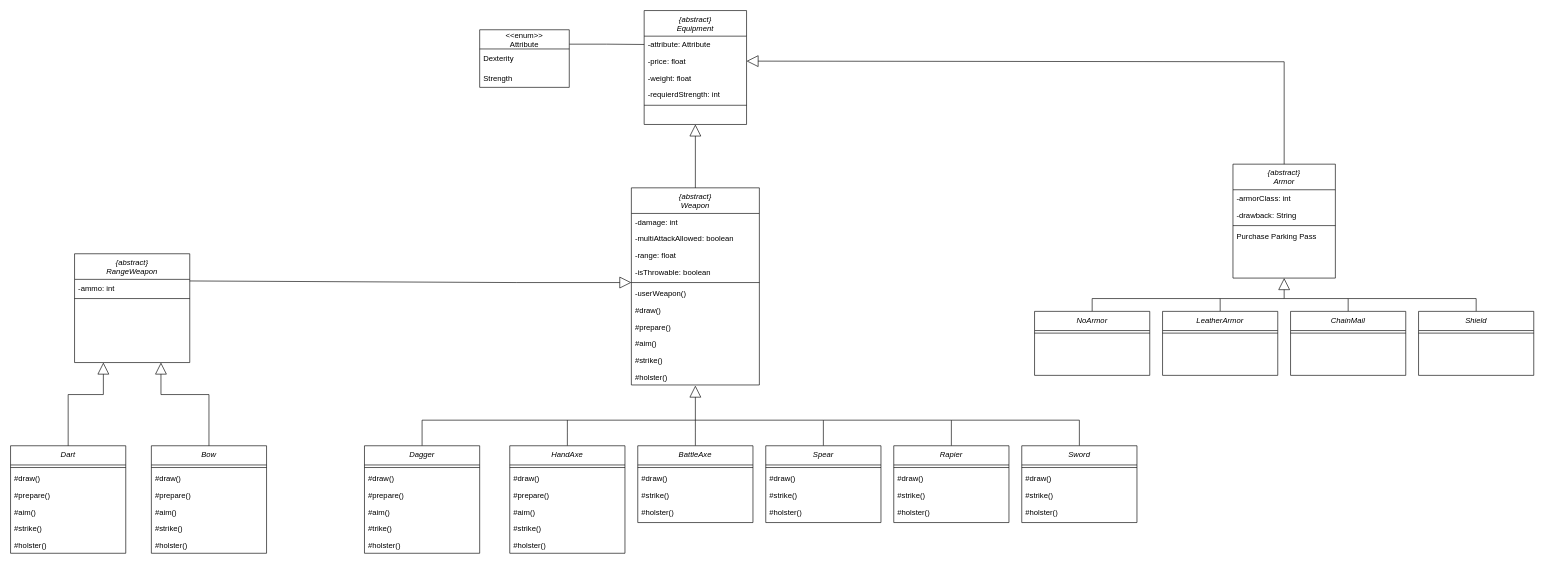
Earlier version of the draw.io diagram Klassendiagramme/Ausrüstung/Ausrüstung.drawio (andreasmauel/HenPaSa_AnWla). Source tidied: cells renumbered, new cells numbered last; positions are measured from the earlier drawing's top-left corner, leaving out a move shared by most shapes. Both pictures are drawn from the tidied source at 64%, with x=0, y=0 at pixel (10, 10).
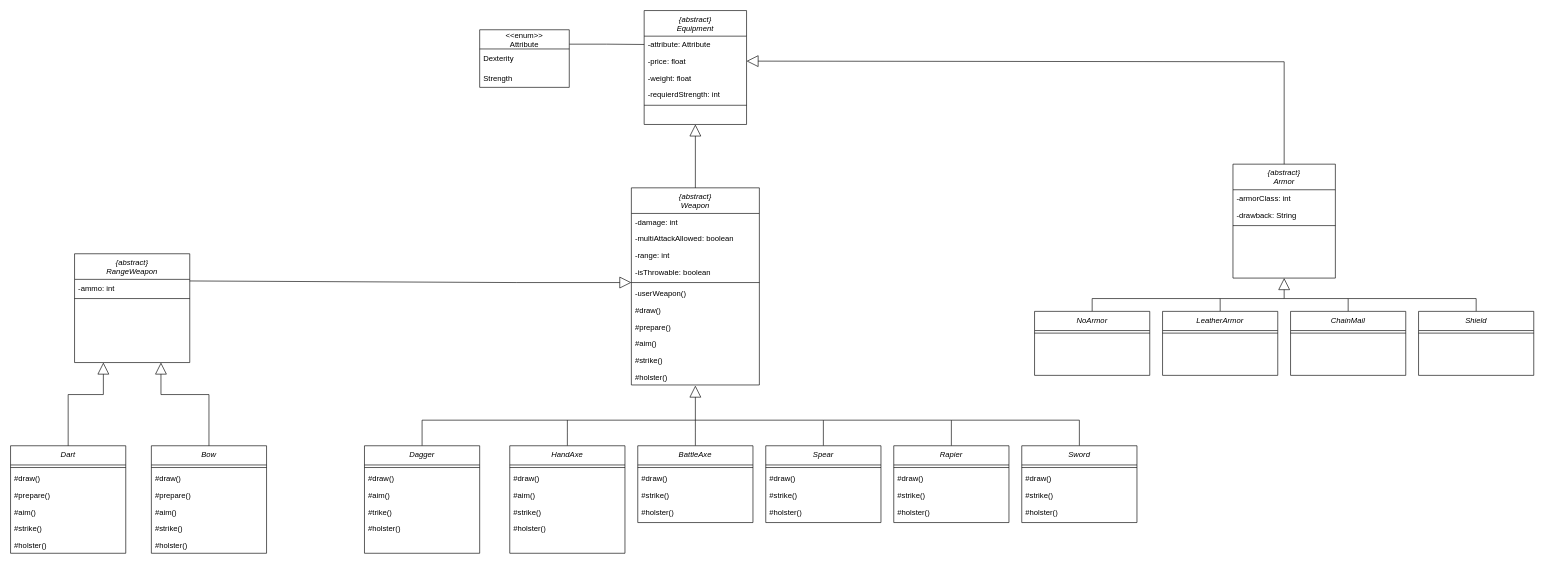
Above is the later version.

Commit message (it also covers changes not shown here):
modified UML Diagramme

Unchanged cells that the change refers to:
```xml
<mxCell id="8" value="{abstract}&#10;Weapon&#10;" style="swimlane;fontStyle=2;align=center;verticalAlign=top;horizontal=1;startSize=40;rounded=0;shadow=0;strokeWidth=1;" parent="1" vertex="1">
  <mxGeometry x="970" y="277" width="200" height="308" as="geometry" />
</mxCell>
<mxCell id="20" value="{abstract}&#10;Armor&#10;" style="swimlane;fontStyle=2;align=center;verticalAlign=top;horizontal=1;startSize=40;rounded=0;shadow=0;strokeWidth=1;" parent="1" vertex="1">
  <mxGeometry x="1910" y="240" width="160" height="178" as="geometry" />
</mxCell>
<mxCell id="43" value="Dagger" style="swimlane;fontStyle=2;align=center;verticalAlign=top;horizontal=1;startSize=30;rounded=0;shadow=0;strokeWidth=1;" parent="1" vertex="1">
  <mxGeometry x="553" y="680" width="180" height="168" as="geometry" />
</mxCell>
<mxCell id="51" value="HandAxe" style="swimlane;fontStyle=2;align=center;verticalAlign=top;horizontal=1;startSize=30;rounded=0;shadow=0;strokeWidth=1;" parent="1" vertex="1">
  <mxGeometry x="780" y="680" width="180" height="168" as="geometry" />
</mxCell>
```

Change to the diagram source:
```diff
@@
-    <mxCell id="11" value="-range: float" style="text;align=left;verticalAlign=top;spacingLeft=4;spacingRight=4;overflow=hidden;rounded=0;shadow=0;html=0;" parent="8" vertex="1">
+    <mxCell id="11" value="-range: int" style="text;align=left;verticalAlign=top;spacingLeft=4;spacingRight=4;overflow=hidden;rounded=0;shadow=0;html=0;" parent="8" vertex="1">
       <mxGeometry y="92" width="200" height="26" as="geometry" />
     </mxCell>
@@
-    <mxCell id="24" value="Purchase Parking Pass" style="text;align=left;verticalAlign=top;spacingLeft=4;spacingRight=4;overflow=hidden;" parent="20" vertex="1">
-      <mxGeometry y="100" width="160" height="26" as="geometry" />
-    </mxCell>
@@
-    <mxCell id="46" value="#prepare()" style="text;align=left;verticalAlign=top;spacingLeft=4;spacingRight=4;overflow=hidden;" parent="43" vertex="1">
-      <mxGeometry y="64" width="180" height="26" as="geometry" />
-    </mxCell>
     <mxCell id="47" value="#aim()" style="text;align=left;verticalAlign=top;spacingLeft=4;spacingRight=4;overflow=hidden;" parent="43" vertex="1">
-      <mxGeometry y="90" width="180" height="26" as="geometry" />
+      <mxGeometry y="64" width="180" height="26" as="geometry" />
     </mxCell>
     <mxCell id="48" value="#trike()" style="text;align=left;verticalAlign=top;spacingLeft=4;spacingRight=4;overflow=hidden;" parent="43" vertex="1">
-      <mxGeometry y="116" width="180" height="26" as="geometry" />
+      <mxGeometry y="90" width="180" height="26" as="geometry" />
     </mxCell>
     <mxCell id="49" value="#holster()" style="text;align=left;verticalAlign=top;spacingLeft=4;spacingRight=4;overflow=hidden;" parent="43" vertex="1">
-      <mxGeometry y="142" width="180" height="26" as="geometry" />
+      <mxGeometry y="116" width="180" height="26" as="geometry" />
     </mxCell>
@@
-    <mxCell id="54" value="#prepare()" style="text;align=left;verticalAlign=top;spacingLeft=4;spacingRight=4;overflow=hidden;" parent="51" vertex="1">
-      <mxGeometry y="64" width="180" height="26" as="geometry" />
-    </mxCell>
     <mxCell id="55" value="#aim()" style="text;align=left;verticalAlign=top;spacingLeft=4;spacingRight=4;overflow=hidden;" parent="51" vertex="1">
-      <mxGeometry y="90" width="180" height="26" as="geometry" />
+      <mxGeometry y="64" width="180" height="26" as="geometry" />
     </mxCell>
     <mxCell id="56" value="#strike()" style="text;align=left;verticalAlign=top;spacingLeft=4;spacingRight=4;overflow=hidden;" parent="51" vertex="1">
-      <mxGeometry y="116" width="180" height="26" as="geometry" />
+      <mxGeometry y="90" width="180" height="26" as="geometry" />
     </mxCell>
     <mxCell id="57" value="#holster()" style="text;align=left;verticalAlign=top;spacingLeft=4;spacingRight=4;overflow=hidden;" parent="51" vertex="1">
-      <mxGeometry y="142" width="180" height="26" as="geometry" />
+      <mxGeometry y="116" width="180" height="26" as="geometry" />
     </mxCell>
```
